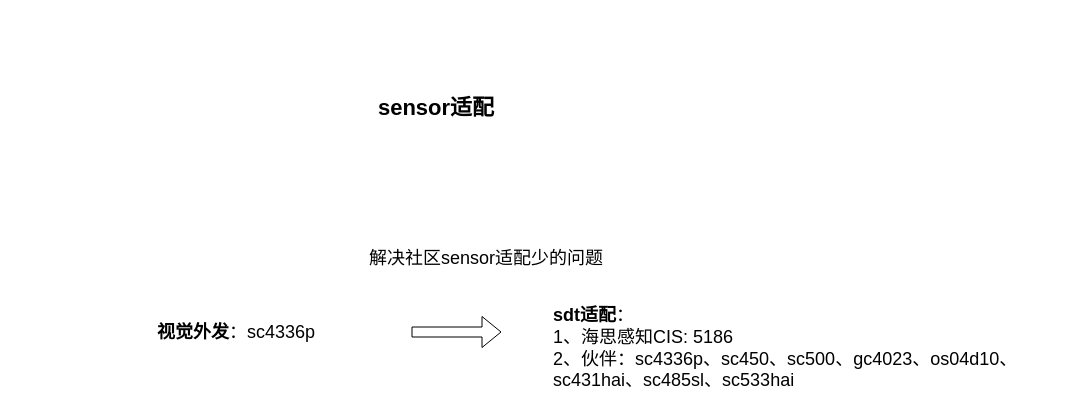
This is page "第 6 页" (5 of 8) of 未命名绘图.drawio from halfmonth/record, a draw.io file, before an edit. Source tidied: cells renumbered, new cells numbered last; positions are measured from the earlier drawing's top-left corner, leaving out a move shared by most shapes. Both pictures are drawn from the tidied source at 100%, with x=0, y=0 at pixel (51, 93).
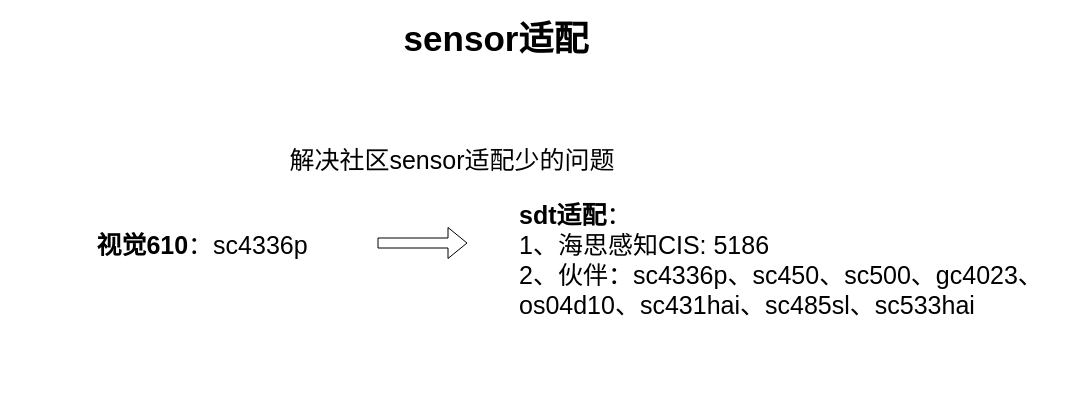
The same diagram, later.

What changed in the source:
```diff
@@
 <mxGraphModel>
   <root>
     <mxCell id="0" />
     <mxCell id="1" parent="0" />
-    <mxCell id="2" value="&lt;font&gt;&lt;b&gt;视觉外发&lt;/b&gt;：sc4336p&lt;/font&gt;" style="text;html=1;whiteSpace=wrap;strokeColor=none;fillColor=none;align=center;verticalAlign=middle;rounded=0;fontSize=18;" parent="1" vertex="1">
-      <mxGeometry y="224" width="370" height="30" as="geometry" />
+    <mxCell id="2" value="&lt;font&gt;&lt;b&gt;视觉610&lt;/b&gt;：sc4336p&lt;/font&gt;" style="text;html=1;whiteSpace=wrap;strokeColor=none;fillColor=none;align=center;verticalAlign=middle;rounded=0;fontSize=25;" parent="1" vertex="1">
+      <mxGeometry x="-34" y="136" width="370" height="30" as="geometry" />
     </mxCell>
-    <mxCell id="3" value="&lt;font&gt;&lt;b&gt;sdt适配&lt;/b&gt;：&lt;/font&gt;&lt;div&gt;&lt;font&gt;1、海思感知CIS: 5186&lt;/font&gt;&lt;/div&gt;&lt;div&gt;&lt;font&gt;2、伙伴：sc4336p、sc450、sc500、gc4023、os04d10、sc431hai、&lt;font&gt;sc485sl、sc533hai&lt;/font&gt;&lt;/font&gt;&lt;/div&gt;" style="text;html=1;whiteSpace=wrap;strokeColor=none;fillColor=none;align=left;verticalAlign=middle;rounded=0;fontSize=18;" parent="1" vertex="1">
-      <mxGeometry x="500" y="210" width="490" height="90" as="geometry" />
+    <mxCell id="3" value="&lt;font&gt;&lt;b&gt;sdt适配&lt;/b&gt;：&lt;/font&gt;&lt;div&gt;&lt;font&gt;1、海思感知CIS: 5186&lt;/font&gt;&lt;/div&gt;&lt;div&gt;&lt;font&gt;2、伙伴：sc4336p、sc450、sc500、gc4023、os04d10、sc431hai、&lt;font&gt;sc485sl、sc533hai&lt;/font&gt;&lt;/font&gt;&lt;/div&gt;" style="text;html=1;whiteSpace=wrap;strokeColor=none;fillColor=none;align=left;verticalAlign=middle;rounded=0;fontSize=25;" parent="1" vertex="1">
+      <mxGeometry x="466" y="121" width="550" height="90" as="geometry" />
     </mxCell>
-    <mxCell id="4" value="&lt;span style=&quot;font-size: 18px;&quot;&gt;解决社区sensor适配少的问题&lt;/span&gt;" style="text;html=1;whiteSpace=wrap;strokeColor=none;fillColor=none;align=center;verticalAlign=middle;rounded=0;" parent="1" vertex="1">
-      <mxGeometry x="250" y="150" width="370" height="30" as="geometry" />
+    <mxCell id="4" value="&lt;font&gt;解决社区sensor适配少的问题&lt;/font&gt;" style="text;html=1;whiteSpace=wrap;strokeColor=none;fillColor=none;align=center;verticalAlign=middle;rounded=0;fontSize=25;" parent="1" vertex="1">
+      <mxGeometry x="216" y="51" width="370" height="30" as="geometry" />
     </mxCell>
-    <mxCell id="5" value="&lt;font style=&quot;font-size: 22px;&quot;&gt;&lt;b&gt;sensor适配&lt;/b&gt;&lt;/font&gt;" style="text;html=1;whiteSpace=wrap;strokeColor=none;fillColor=none;align=center;verticalAlign=middle;rounded=0;" parent="1" vertex="1">
-      <mxGeometry x="200" width="370" height="30" as="geometry" />
+    <mxCell id="5" value="&lt;font style=&quot;font-size: 35px;&quot;&gt;&lt;b style=&quot;&quot;&gt;sensor适配&lt;/b&gt;&lt;/font&gt;" style="text;html=1;whiteSpace=wrap;strokeColor=none;fillColor=none;align=center;verticalAlign=middle;rounded=0;" parent="1" vertex="1">
+      <mxGeometry x="260" y="-70" width="370" height="30" as="geometry" />
     </mxCell>
-    <mxCell id="6" style="shape=flexArrow;endArrow=classic;html=1;rounded=0;" parent="1" edge="1">
+    <mxCell id="6" style="shape=flexArrow;endArrow=classic;html=1;rounded=0;fontSize=25;" parent="1" edge="1">
       <mxGeometry relative="1" as="geometry">
-        <mxPoint x="360" y="238.5" as="sourcePoint" />
-        <mxPoint x="450" y="238.5" as="targetPoint" />
+        <mxPoint x="326" y="149.5" as="sourcePoint" />
+        <mxPoint x="416" y="149.5" as="targetPoint" />
       </mxGeometry>
     </mxCell>
   </root>
 </mxGraphModel>
```
